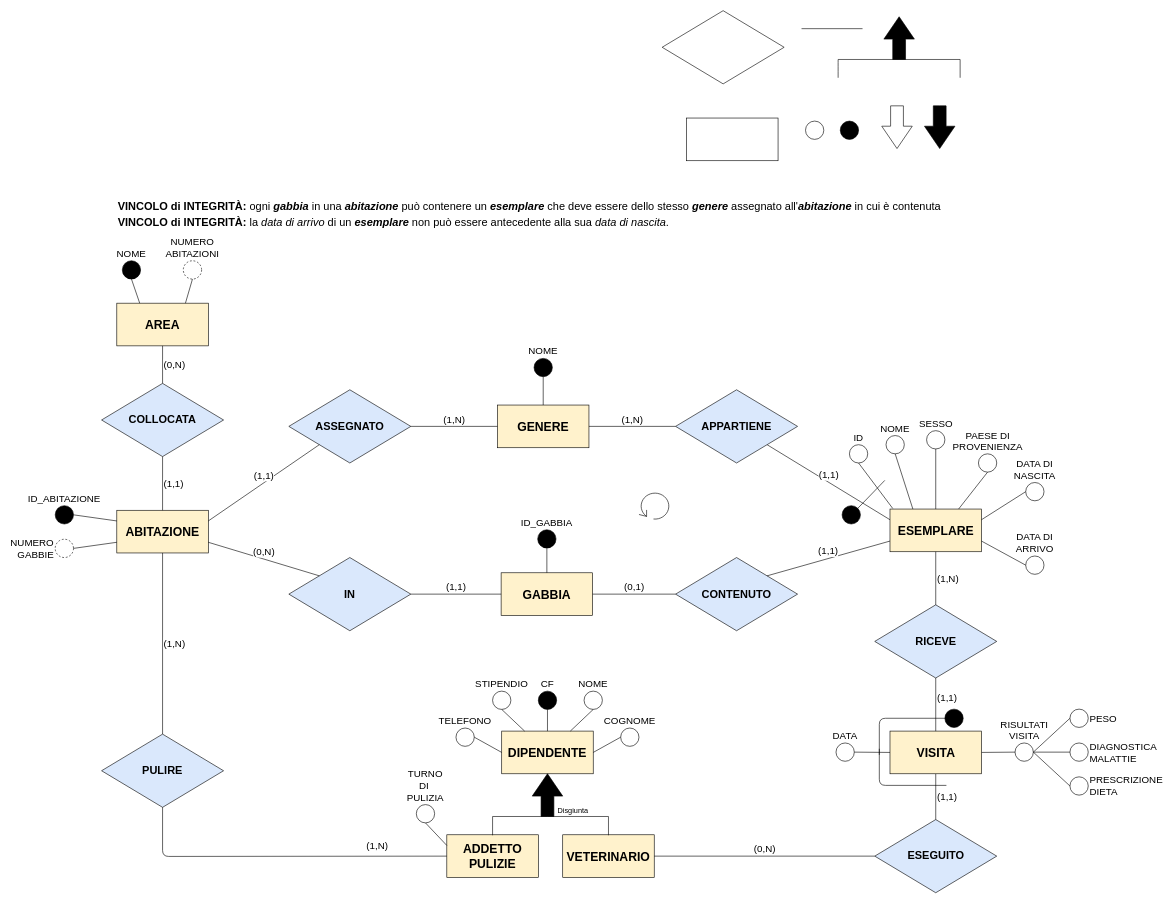
This is 03_ER_Schema_v5.drawio from DanielePassabi/Progetto-Laboratorio-BSD, a draw.io file, before an edit. Source tidied: cells renumbered, new cells numbered last; positions are measured from the earlier drawing's top-left corner, leaving out a move shared by most shapes. Both pictures are drawn from the tidied source at 61%, with x=0, y=0 at pixel (55, 10).
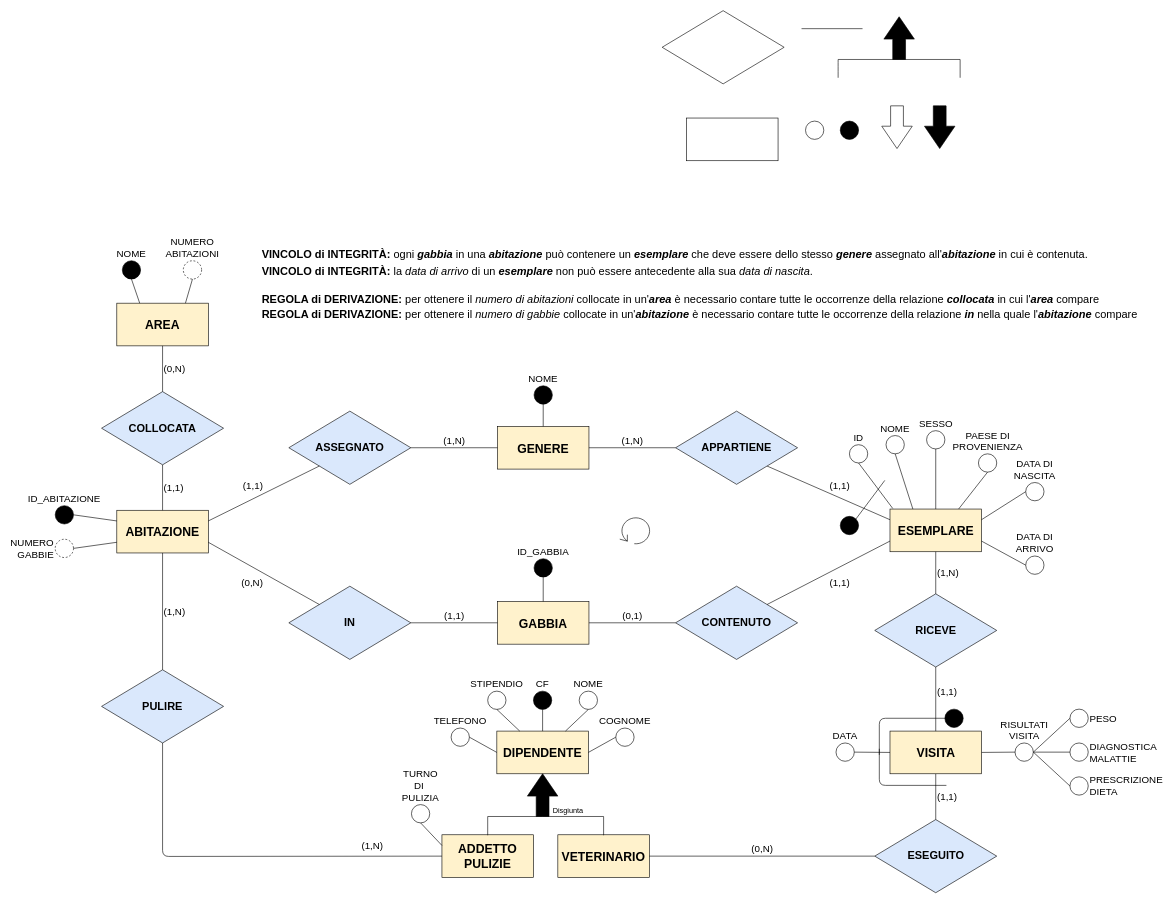
After the change.

Commit message (it also covers changes not shown here):
Modifiche ER e ER ristrutturato

Unchanged cells that the change refers to:
```xml
<mxCell id="6" value="&lt;font size=&quot;1&quot;&gt;&lt;b style=&quot;font-size: 20px&quot;&gt;ESEMPLARE&lt;/b&gt;&lt;/font&gt;" style="rounded=0;whiteSpace=wrap;html=1;fillColor=#fff2cc;strokeColor=#000000;" parent="1" vertex="1">
  <mxGeometry x="1368.5" y="817" width="150" height="70" as="geometry" />
</mxCell>
<mxCell id="8" value="&lt;span style=&quot;font-size: 20px&quot;&gt;&lt;b&gt;ABITAZIONE&lt;/b&gt;&lt;/span&gt;" style="rounded=0;whiteSpace=wrap;html=1;fillColor=#fff2cc;strokeColor=#000000;" parent="1" vertex="1">
  <mxGeometry x="101" y="819" width="150" height="70" as="geometry" />
</mxCell>
```

Diff of the diagram source:
```diff
@@
     <mxCell id="9" value="&lt;font size=&quot;1&quot;&gt;&lt;b style=&quot;font-size: 20px&quot;&gt;GABBIA&lt;/b&gt;&lt;/font&gt;" style="rounded=0;whiteSpace=wrap;html=1;fillColor=#fff2cc;strokeColor=#000000;" parent="1" vertex="1">
-      <mxGeometry x="731" y="921.5" width="150" height="70" as="geometry" />
+      <mxGeometry x="725" y="968.5" width="150" height="70" as="geometry" />
     </mxCell>
     <mxCell id="10" value="&lt;font size=&quot;1&quot;&gt;&lt;b style=&quot;font-size: 20px&quot;&gt;DIPENDENTE&lt;/b&gt;&lt;/font&gt;" style="rounded=0;whiteSpace=wrap;html=1;fillColor=#fff2cc;strokeColor=#000000;" parent="1" vertex="1">
-      <mxGeometry x="732" y="1181" width="150" height="70" as="geometry" />
+      <mxGeometry x="724" y="1181" width="150" height="70" as="geometry" />
     </mxCell>
     <mxCell id="11" value="&lt;font size=&quot;1&quot;&gt;&lt;b style=&quot;font-size: 20px&quot;&gt;ADDETTO PULIZIE&lt;/b&gt;&lt;/font&gt;" style="rounded=0;whiteSpace=wrap;html=1;fillColor=#fff2cc;strokeColor=#000000;" parent="1" vertex="1">
-      <mxGeometry x="642" y="1351" width="150" height="70" as="geometry" />
+      <mxGeometry x="634" y="1351" width="150" height="70" as="geometry" />
     </mxCell>
     <mxCell id="12" value="&lt;span style=&quot;font-size: 20px&quot;&gt;&lt;b&gt;VETERINARIO&lt;/b&gt;&lt;/span&gt;" style="rounded=0;whiteSpace=wrap;html=1;fillColor=#fff2cc;strokeColor=#000000;" parent="1" vertex="1">
-      <mxGeometry x="832" y="1351" width="150" height="70" as="geometry" />
+      <mxGeometry x="824" y="1351" width="150" height="70" as="geometry" />
     </mxCell>
@@
     <mxCell id="14" value="&lt;span style=&quot;font-size: 18px&quot;&gt;&lt;b&gt;CONTENUTO&lt;/b&gt;&lt;/span&gt;" style="rhombus;whiteSpace=wrap;html=1;fillColor=#dae8fc;strokeColor=#000000;" parent="1" vertex="1">
-      <mxGeometry x="1017" y="896.5" width="200" height="120" as="geometry" />
+      <mxGeometry x="1017" y="943.5" width="200" height="120" as="geometry" />
     </mxCell>
     <mxCell id="15" value="&lt;font size=&quot;1&quot;&gt;&lt;b style=&quot;font-size: 18px&quot;&gt;PULIRE&lt;/b&gt;&lt;/font&gt;" style="rhombus;whiteSpace=wrap;html=1;fillColor=#dae8fc;strokeColor=#000000;" parent="1" vertex="1">
-      <mxGeometry x="76" y="1186" width="200" height="120" as="geometry" />
+      <mxGeometry x="76" y="1080.5" width="200" height="120" as="geometry" />
     </mxCell>
@@
     <mxCell id="17" style="html=1;shadow=0;dashed=0;align=center;verticalAlign=middle;shape=mxgraph.arrows2.arrow;dy=0.58;dx=36.6;direction=south;notch=0;fillColor=#000000;rotation=180;" parent="1" vertex="1">
-      <mxGeometry x="782" y="1251" width="50" height="70" as="geometry" />
+      <mxGeometry x="774" y="1251" width="50" height="70" as="geometry" />
     </mxCell>
-    <mxCell id="18" value="&lt;span style=&quot;font-size: 16px ; text-align: left&quot;&gt;(1,1)&lt;/span&gt;" style="endArrow=none;html=1;exitX=0;exitY=0.75;exitDx=0;exitDy=0;entryX=1;entryY=0;entryDx=0;entryDy=0;labelPosition=center;verticalLabelPosition=top;align=center;verticalAlign=bottom;" parent="1" edge="1" source="6" target="14">
+    <mxCell id="18" value="&lt;span style=&quot;font-size: 16px ; text-align: left&quot;&gt;(1,1)&lt;/span&gt;" style="endArrow=none;html=1;exitX=0;exitY=0.75;exitDx=0;exitDy=0;entryX=1;entryY=0;entryDx=0;entryDy=0;labelPosition=right;verticalLabelPosition=bottom;align=left;verticalAlign=top;" parent="1" edge="1" source="6" target="14">
       <mxGeometry relative="1" as="geometry" />
     </mxCell>
@@
     <mxCell id="25" value="&lt;span style=&quot;font-size: 18px&quot;&gt;&lt;b&gt;IN&lt;/b&gt;&lt;/span&gt;" style="rhombus;whiteSpace=wrap;html=1;fillColor=#dae8fc;strokeColor=#000000;" parent="1" vertex="1">
-      <mxGeometry x="383" y="896.5" width="200" height="120" as="geometry" />
+      <mxGeometry x="383" y="943.5" width="200" height="120" as="geometry" />
     </mxCell>
-    <mxCell id="26" value="&lt;span style=&quot;font-size: 16px ; text-align: left&quot;&gt;(0,N)&lt;/span&gt;" style="endArrow=none;html=1;entryX=0;entryY=0;entryDx=0;entryDy=0;labelPosition=center;verticalLabelPosition=top;align=center;verticalAlign=bottom;exitX=1;exitY=0.75;exitDx=0;exitDy=0;" parent="1" edge="1" source="8" target="25">
+    <mxCell id="26" value="&lt;span style=&quot;font-size: 16px ; text-align: left&quot;&gt;(0,N)&lt;/span&gt;" style="endArrow=none;html=1;entryX=0;entryY=0;entryDx=0;entryDy=0;labelPosition=left;verticalLabelPosition=bottom;align=right;verticalAlign=top;exitX=1;exitY=0.75;exitDx=0;exitDy=0;" parent="1" edge="1" source="8" target="25">
       <mxGeometry relative="1" as="geometry" />
     </mxCell>
@@
     <mxCell id="31" value="&lt;span style=&quot;font-size: 18px&quot;&gt;&lt;b&gt;COLLOCATA&lt;/b&gt;&lt;/span&gt;" style="rhombus;whiteSpace=wrap;html=1;fillColor=#dae8fc;strokeColor=#000000;" parent="1" vertex="1">
-      <mxGeometry x="76" y="611" width="200" height="120" as="geometry" />
+      <mxGeometry x="76" y="624.5" width="200" height="120" as="geometry" />
     </mxCell>
@@
     <mxCell id="34" style="shape=partialRectangle;whiteSpace=wrap;html=1;bottom=1;right=1;left=1;top=0;fillColor=none;routingCenterX=-0.5;rotation=180;" parent="1" vertex="1">
-      <mxGeometry x="717" y="1321" width="190" height="30" as="geometry" />
+      <mxGeometry x="709" y="1321" width="190" height="30" as="geometry" />
     </mxCell>
@@
     <mxCell id="41" value="CF" style="ellipse;html=1;fillColor=#000000;spacingBottom=0;fontSize=16;align=center;whiteSpace=wrap;labelPosition=center;verticalLabelPosition=top;verticalAlign=bottom;" parent="1" vertex="1">
-      <mxGeometry x="792" y="1115.5" width="30" height="30" as="geometry" />
+      <mxGeometry x="784" y="1115.5" width="30" height="30" as="geometry" />
     </mxCell>
     <mxCell id="42" value="NOME" style="ellipse;html=1;fillColor=#FFFFFF;spacingBottom=0;fontSize=16;align=center;whiteSpace=wrap;labelPosition=center;verticalLabelPosition=top;verticalAlign=bottom;" parent="1" vertex="1">
-      <mxGeometry x="867" y="1115.5" width="30" height="30" as="geometry" />
+      <mxGeometry x="859" y="1115.5" width="30" height="30" as="geometry" />
     </mxCell>
     <mxCell id="43" value="COGNOME" style="ellipse;html=1;fillColor=#FFFFFF;spacingBottom=0;fontSize=16;align=center;whiteSpace=wrap;labelPosition=center;verticalLabelPosition=top;verticalAlign=bottom;" parent="1" vertex="1">
-      <mxGeometry x="927" y="1176" width="30" height="30" as="geometry" />
+      <mxGeometry x="919" y="1176" width="30" height="30" as="geometry" />
     </mxCell>
     <mxCell id="44" value="STIPENDIO" style="ellipse;html=1;fillColor=#FFFFFF;spacingBottom=0;fontSize=16;align=center;whiteSpace=wrap;labelPosition=center;verticalLabelPosition=top;verticalAlign=bottom;" parent="1" vertex="1">
-      <mxGeometry x="717" y="1115.5" width="30" height="30" as="geometry" />
+      <mxGeometry x="709" y="1115.5" width="30" height="30" as="geometry" />
     </mxCell>
     <mxCell id="45" value="TELEFONO" style="ellipse;html=1;fillColor=#FFFFFF;spacingBottom=0;fontSize=16;align=center;whiteSpace=wrap;labelPosition=center;verticalLabelPosition=top;verticalAlign=bottom;" parent="1" vertex="1">
-      <mxGeometry x="657" y="1176" width="30" height="30" as="geometry" />
+      <mxGeometry x="649" y="1176" width="30" height="30" as="geometry" />
     </mxCell>
     <mxCell id="46" value="TURNO DI&amp;nbsp; PULIZIA" style="ellipse;html=1;fillColor=#FFFFFF;spacingBottom=0;fontSize=16;align=center;whiteSpace=wrap;labelPosition=center;verticalLabelPosition=top;verticalAlign=bottom;direction=south;" parent="1" vertex="1">
-      <mxGeometry x="592" y="1301.5" width="30" height="30" as="geometry" />
+      <mxGeometry x="584" y="1301.5" width="30" height="30" as="geometry" />
     </mxCell>
@@
     <mxCell id="52" value="ID_GABBIA" style="ellipse;html=1;fillColor=#000000;spacingBottom=0;fontSize=16;align=center;whiteSpace=wrap;labelPosition=center;verticalLabelPosition=top;verticalAlign=bottom;" parent="1" vertex="1">
-      <mxGeometry x="791" y="851" width="30" height="30" as="geometry" />
+      <mxGeometry x="785" y="898.5" width="30" height="30" as="geometry" />
     </mxCell>
@@
-    <mxCell id="73" value="(1,1)" style="endArrow=none;html=1;exitX=0;exitY=0.25;exitDx=0;exitDy=0;entryX=1;entryY=1;entryDx=0;entryDy=0;fontSize=16;labelPosition=center;verticalLabelPosition=top;align=center;verticalAlign=bottom;" parent="1" edge="1" source="6" target="87">
+    <mxCell id="73" value="(1,1)" style="endArrow=none;html=1;exitX=0;exitY=0.25;exitDx=0;exitDy=0;entryX=1;entryY=1;entryDx=0;entryDy=0;fontSize=16;labelPosition=right;verticalLabelPosition=top;align=left;verticalAlign=bottom;" parent="1" edge="1" source="6" target="87">
       <mxGeometry relative="1" as="geometry" />
     </mxCell>
@@
     <mxCell id="79" value="(1,N)" style="text;html=1;labelPosition=left;verticalLabelPosition=top;align=right;verticalAlign=bottom;fontSize=16;" parent="1" vertex="1">
-      <mxGeometry x="547" y="1380.5" width="50" height="30" as="geometry" />
+      <mxGeometry x="539" y="1380.5" width="50" height="30" as="geometry" />
     </mxCell>
-    <mxCell id="80" value="&lt;font style=&quot;font-size: 18px&quot;&gt;&lt;b&gt;VINCOLO di INTEGRITÀ:&lt;/b&gt; ogni &lt;b&gt;&lt;i&gt;gabbia&lt;/i&gt;&lt;/b&gt; in una &lt;b&gt;&lt;i&gt;abitazione&lt;/i&gt;&lt;/b&gt; può contenere un &lt;b&gt;&lt;i&gt;esemplare&lt;/i&gt;&lt;/b&gt;&amp;nbsp;che deve essere dello stesso &lt;b&gt;&lt;i&gt;genere&lt;/i&gt;&lt;/b&gt; assegnato all'&lt;b&gt;&lt;i&gt;abitazione&lt;/i&gt;&lt;/b&gt; in cui è contenuta&lt;/font&gt;" style="text;html=1;align=left;verticalAlign=top;spacingTop=-4;" parent="1" vertex="1">
-      <mxGeometry x="101" y="308" width="1360" height="20" as="geometry" />
+    <mxCell id="80" value="&lt;font style=&quot;font-size: 18px&quot;&gt;&lt;b&gt;VINCOLO di INTEGRITÀ:&lt;/b&gt; ogni &lt;b&gt;&lt;i&gt;gabbia&lt;/i&gt;&lt;/b&gt; in una &lt;b&gt;&lt;i&gt;abitazione&lt;/i&gt;&lt;/b&gt; può contenere un &lt;b&gt;&lt;i&gt;esemplare&lt;/i&gt;&lt;/b&gt;&amp;nbsp;che deve essere dello stesso &lt;b&gt;&lt;i&gt;genere&lt;/i&gt;&lt;/b&gt; assegnato all'&lt;b&gt;&lt;i&gt;abitazione&lt;/i&gt;&lt;/b&gt; in cui è contenuta.&lt;/font&gt;" style="text;html=1;align=left;verticalAlign=top;spacingTop=-4;" parent="1" vertex="1">
+      <mxGeometry x="337" y="386.5" width="1370" height="20" as="geometry" />
     </mxCell>
     <mxCell id="81" value="Disgiunta" style="text;html=1;align=left;verticalAlign=top;spacingTop=-4;" parent="1" vertex="1">
-      <mxGeometry x="822" y="1301" width="70" height="20" as="geometry" />
+      <mxGeometry x="814" y="1301" width="70" height="20" as="geometry" />
     </mxCell>
@@
     <mxCell id="84" value="&lt;font style=&quot;font-size: 18px&quot;&gt;&lt;b&gt;VINCOLO di INTEGRITÀ:&lt;/b&gt;&amp;nbsp;la &lt;i&gt;data di arrivo&lt;/i&gt; di un &lt;b&gt;&lt;i&gt;esemplare&lt;/i&gt;&lt;/b&gt; non può essere antecedente alla sua &lt;i&gt;data di nascita&lt;/i&gt;.&lt;/font&gt;" style="text;html=1;align=left;verticalAlign=top;spacingTop=-4;" parent="1" vertex="1">
-      <mxGeometry x="101" y="335" width="920" height="20" as="geometry" />
+      <mxGeometry x="337" y="413.5" width="920" height="20" as="geometry" />
     </mxCell>
     <mxCell id="85" value="&lt;font size=&quot;1&quot;&gt;&lt;b style=&quot;font-size: 20px&quot;&gt;GENERE&lt;/b&gt;&lt;/font&gt;" style="rounded=0;whiteSpace=wrap;html=1;fillColor=#fff2cc;strokeColor=#000000;" parent="1" vertex="1">
-      <mxGeometry x="725" y="646.5" width="150" height="70" as="geometry" />
+      <mxGeometry x="725" y="681.5" width="150" height="70" as="geometry" />
     </mxCell>
     <mxCell id="86" value="&lt;span style=&quot;font-size: 18px&quot;&gt;&lt;b&gt;ASSEGNATO&lt;/b&gt;&lt;/span&gt;" style="rhombus;whiteSpace=wrap;html=1;fillColor=#dae8fc;strokeColor=#000000;" parent="1" vertex="1">
-      <mxGeometry x="383" y="621.5" width="200" height="120" as="geometry" />
+      <mxGeometry x="383" y="656.5" width="200" height="120" as="geometry" />
     </mxCell>
     <mxCell id="87" value="&lt;span style=&quot;font-size: 18px&quot;&gt;&lt;b&gt;APPARTIENE&lt;/b&gt;&lt;/span&gt;" style="rhombus;whiteSpace=wrap;html=1;fillColor=#dae8fc;strokeColor=#000000;" parent="1" vertex="1">
-      <mxGeometry x="1017" y="621.5" width="200" height="120" as="geometry" />
+      <mxGeometry x="1017" y="656.5" width="200" height="120" as="geometry" />
     </mxCell>
@@
     <mxCell id="90" value="NOME" style="ellipse;html=1;fillColor=#000000;spacingBottom=0;fontSize=16;align=center;whiteSpace=wrap;labelPosition=center;verticalLabelPosition=top;verticalAlign=bottom;" parent="1" vertex="1">
-      <mxGeometry x="785" y="570" width="30" height="30" as="geometry" />
+      <mxGeometry x="785" y="615" width="30" height="30" as="geometry" />
     </mxCell>
@@
     <mxCell id="92" style="shape=mxgraph.bpmn.loop;html=1;rounded=1;fillColor=#000000;fontSize=16;" parent="1" vertex="1">
-      <mxGeometry x="957" y="788.5" width="51" height="46" as="geometry" />
+      <mxGeometry x="925.5" y="829" width="51" height="46" as="geometry" />
     </mxCell>
-    <mxCell id="93" value="&lt;span style=&quot;font-size: 16px ; text-align: left&quot;&gt;(1,1)&lt;/span&gt;" style="endArrow=none;html=1;entryX=0;entryY=1;entryDx=0;entryDy=0;labelPosition=center;verticalLabelPosition=top;align=center;verticalAlign=bottom;exitX=1;exitY=0.25;exitDx=0;exitDy=0;" parent="1" edge="1" source="8" target="86">
+    <mxCell id="93" value="&lt;span style=&quot;font-size: 16px ; text-align: left&quot;&gt;(1,1)&lt;/span&gt;" style="endArrow=none;html=1;entryX=0;entryY=1;entryDx=0;entryDy=0;labelPosition=left;verticalLabelPosition=top;align=right;verticalAlign=bottom;exitX=1;exitY=0.25;exitDx=0;exitDy=0;" parent="1" edge="1" source="8" target="86">
       <mxGeometry relative="1" as="geometry" />
     </mxCell>
@@
     <mxCell id="96" value="&lt;span style=&quot;font-size: 18px&quot;&gt;&lt;b&gt;RICEVE&lt;/b&gt;&lt;/span&gt;" style="rhombus;whiteSpace=wrap;html=1;fillColor=#dae8fc;strokeColor=#000000;" parent="1" vertex="1">
-      <mxGeometry x="1343.5" y="974" width="200" height="120" as="geometry" />
+      <mxGeometry x="1343.5" y="956" width="200" height="120" as="geometry" />
     </mxCell>
@@
     <mxCell id="100" style="ellipse;html=1;fillColor=#000000;spacingBottom=0;fontSize=16;align=center;whiteSpace=wrap;labelPosition=center;verticalLabelPosition=top;verticalAlign=bottom;" parent="1" vertex="1">
-      <mxGeometry x="1290" y="811.5" width="30" height="30" as="geometry" />
+      <mxGeometry x="1287" y="829" width="30" height="30" as="geometry" />
     </mxCell>
@@
+    <mxCell id="104" value="&lt;font style=&quot;font-size: 18px&quot;&gt;&lt;b&gt;REGOLA di DERIVAZIONE:&lt;/b&gt;&amp;nbsp;per ottenere il &lt;i&gt;numero di abitazioni&lt;/i&gt; collocate in un'&lt;b&gt;&lt;i&gt;area&lt;/i&gt;&lt;/b&gt; è necessario contare tutte le occorrenze della relazione &lt;b&gt;&lt;i&gt;collocata&lt;/i&gt;&lt;/b&gt; in cui l'&lt;b&gt;&lt;i&gt;area&lt;/i&gt;&lt;/b&gt; compare&lt;br&gt;&lt;/font&gt;" style="text;html=1;align=left;verticalAlign=top;spacingTop=-4;" parent="1" vertex="1">
+      <mxGeometry x="337" y="459.5" width="1390" height="20" as="geometry" />
+    </mxCell>
+    <mxCell id="105" value="&lt;font style=&quot;font-size: 18px&quot;&gt;&lt;b&gt;REGOLA di DERIVAZIONE:&lt;/b&gt;&amp;nbsp;per ottenere il &lt;i&gt;numero di gabbie&lt;/i&gt; collocate in un'&lt;b&gt;&lt;i&gt;abitazione&lt;/i&gt;&lt;/b&gt; è necessario contare tutte le occorrenze della relazione &lt;i&gt;&lt;b&gt;in&lt;/b&gt;&lt;/i&gt; nella quale l'&lt;b&gt;&lt;i&gt;abitazione&lt;/i&gt;&lt;/b&gt; compare&lt;br&gt;&lt;/font&gt;" style="text;html=1;align=left;verticalAlign=top;spacingTop=-4;" parent="1" vertex="1">
+      <mxGeometry x="337" y="485.5" width="1450" height="20" as="geometry" />
+    </mxCell>
```
